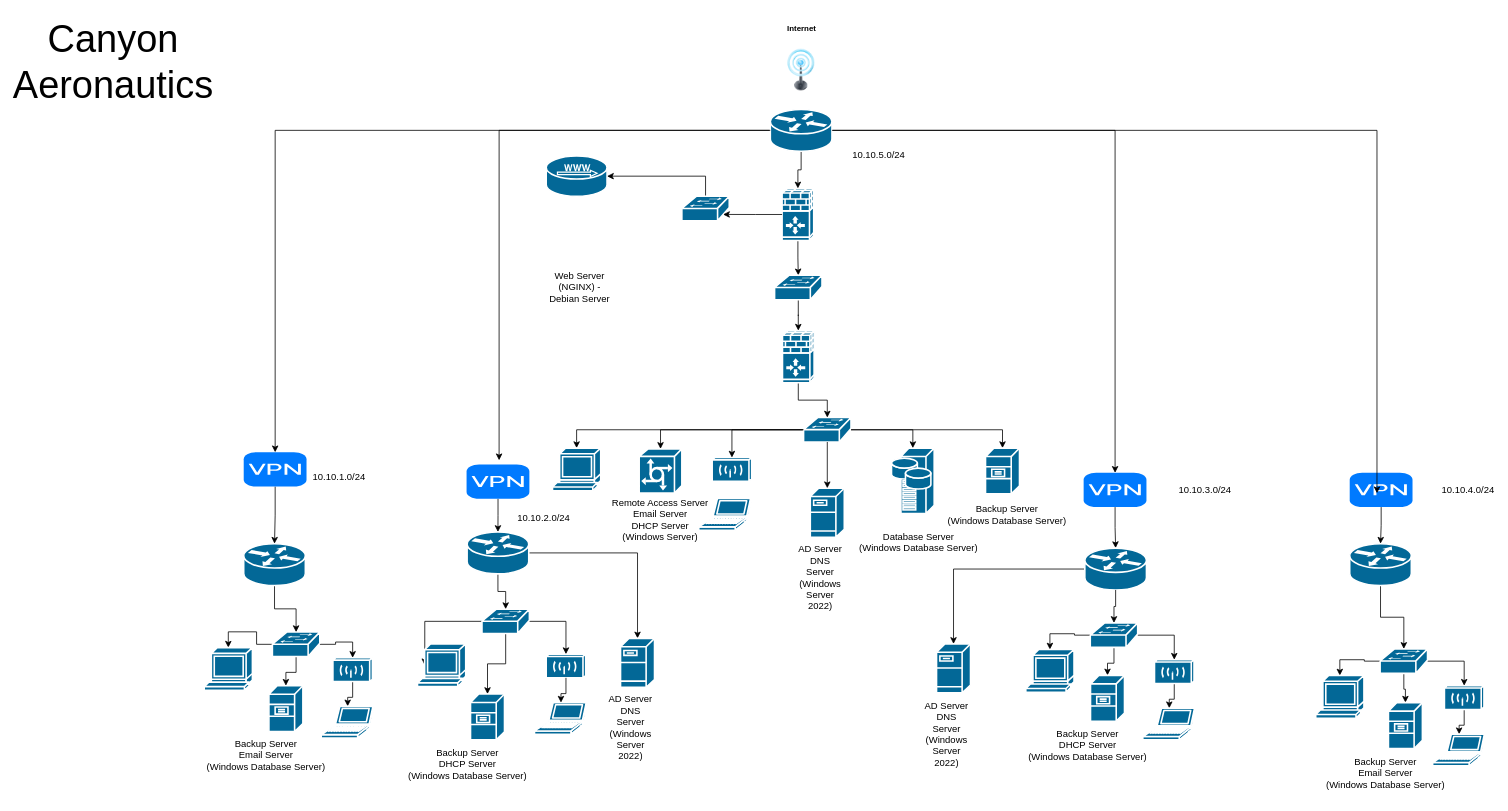
This is ITT-216-CanyonAero.drawio from cyberqueenmeg/itt-116, a draw.io file, before an edit. Source tidied: cells renumbered, new cells numbered last; positions are measured from the earlier drawing's top-left corner, leaving out a move shared by most shapes. Both pictures are drawn from the tidied source at 79%, with x=0, y=0 at pixel (30, 14).
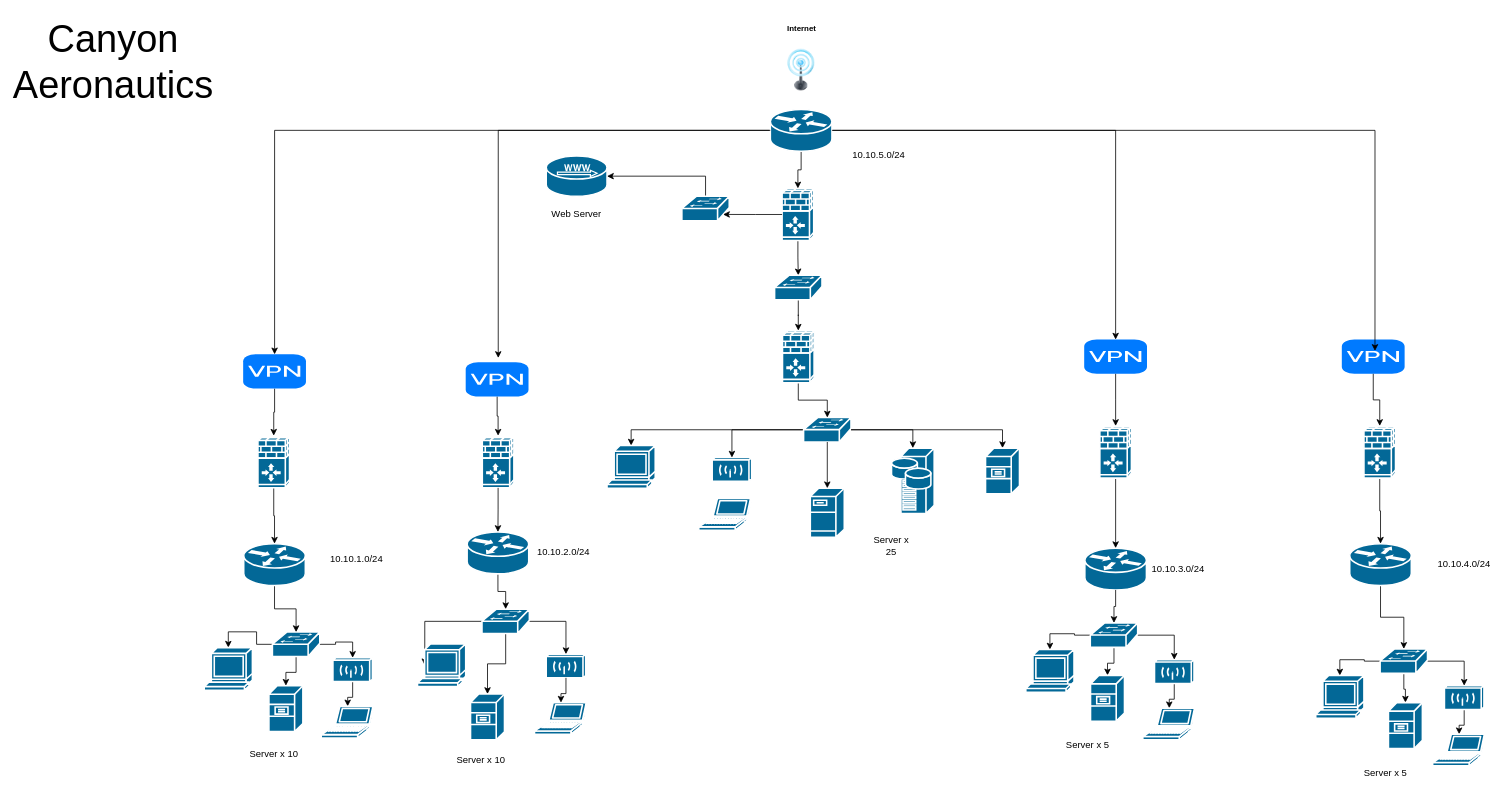
After the change.

The change refers to these unchanged cells:
```xml
<mxCell id="46" style="shape=mxgraph.cisco.switches.workgroup_switch;sketch=0;html=1;dashed=0;fillColor=#036897;strokeColor=#ffffff;strokeWidth=2;verticalLabelPosition=bottom;verticalAlign=top;align=center;outlineConnect=0;" parent="1" vertex="1">
  <mxGeometry x="978.7" y="510" width="60" height="31" as="geometry" />
</mxCell>
<mxCell id="57" style="shape=mxgraph.cisco.routers.router;sketch=0;html=1;dashed=0;fillColor=#036897;strokeColor=#ffffff;strokeWidth=2;verticalLabelPosition=bottom;verticalAlign=top;align=center;outlineConnect=0;" parent="1" vertex="1">
  <mxGeometry x="936.6" y="120" width="78" height="53" as="geometry" />
</mxCell>
<mxCell id="69" style="shape=mxgraph.cisco.routers.router;sketch=0;html=1;dashed=0;fillColor=#036897;strokeColor=#ffffff;strokeWidth=2;verticalLabelPosition=bottom;verticalAlign=top;align=center;outlineConnect=0;" parent="1" vertex="1">
  <mxGeometry x="270" y="669.7" width="78" height="53" as="geometry" />
</mxCell>
<mxCell id="73" style="shape=mxgraph.cisco.routers.router;sketch=0;html=1;dashed=0;fillColor=#036897;strokeColor=#ffffff;strokeWidth=2;verticalLabelPosition=bottom;verticalAlign=top;align=center;outlineConnect=0;" parent="1" vertex="1">
  <mxGeometry x="552.8" y="654.9" width="78" height="53" as="geometry" />
</mxCell>
<mxCell id="77" style="shape=mxgraph.cisco.routers.router;sketch=0;html=1;dashed=0;fillColor=#036897;strokeColor=#ffffff;strokeWidth=2;verticalLabelPosition=bottom;verticalAlign=top;align=center;outlineConnect=0;" parent="1" vertex="1">
  <mxGeometry x="1334.7" y="675.3" width="78" height="53" as="geometry" />
</mxCell>
<mxCell id="79" style="shape=mxgraph.cisco.routers.router;sketch=0;html=1;dashed=0;fillColor=#036897;strokeColor=#ffffff;strokeWidth=2;verticalLabelPosition=bottom;verticalAlign=top;align=center;outlineConnect=0;" parent="1" vertex="1">
  <mxGeometry x="1670" y="669.7" width="78" height="53" as="geometry" />
</mxCell>
```

Diff of the diagram source:
```diff
@@
-    <mxCell id="27" style="edgeStyle=orthogonalEdgeStyle;rounded=0;jettySize=auto;html=1;" parent="1" edge="1" source="28" target="69">
-      <mxGeometry relative="1" as="geometry" />
-    </mxCell>
+    <mxCell id="108" style="edgeStyle=orthogonalEdgeStyle;rounded=0;jettySize=auto;html=1;" parent="1" edge="1" source="28" target="117">
+      <mxGeometry relative="1" as="geometry" />
+    </mxCell>
     <mxCell id="28" style="html=1;strokeWidth=1;shadow=0;dashed=0;shape=mxgraph.ios7.misc.vpn;fillColor=#007AFF;strokeColor=none;buttonText=;strokeColor2=#222222;fontColor=#222222;fontSize=8;verticalLabelPosition=bottom;verticalAlign=top;align=center;sketch=0;" parent="1" vertex="1">
-      <mxGeometry x="270" y="554" width="79.5" height="43.4" as="geometry" />
+      <mxGeometry x="269.3" y="430" width="79.5" height="43.4" as="geometry" />
     </mxCell>
-    <mxCell id="29" style="edgeStyle=orthogonalEdgeStyle;rounded=0;jettySize=auto;html=1;" parent="1" edge="1" source="30" target="73">
-      <mxGeometry relative="1" as="geometry" />
-    </mxCell>
+    <mxCell id="109" style="edgeStyle=orthogonalEdgeStyle;rounded=0;jettySize=auto;html=1;" parent="1" edge="1" source="30" target="118">
+      <mxGeometry relative="1" as="geometry" />
+    </mxCell>
     <mxCell id="30" style="html=1;strokeWidth=1;shadow=0;dashed=0;shape=mxgraph.ios7.misc.vpn;fillColor=#007AFF;strokeColor=none;buttonText=;strokeColor2=#222222;fontColor=#222222;fontSize=8;verticalLabelPosition=bottom;verticalAlign=top;align=center;sketch=0;" parent="1" vertex="1">
-      <mxGeometry x="552.1" y="569.5" width="79.5" height="43.4" as="geometry" />
+      <mxGeometry x="551" y="440" width="79.5" height="43.4" as="geometry" />
     </mxCell>
-    <mxCell id="31" style="edgeStyle=orthogonalEdgeStyle;rounded=0;jettySize=auto;html=1;" parent="1" edge="1" source="32" target="77">
-      <mxGeometry relative="1" as="geometry" />
-    </mxCell>
     <mxCell id="32" style="html=1;strokeWidth=1;shadow=0;dashed=0;shape=mxgraph.ios7.misc.vpn;fillColor=#007AFF;strokeColor=none;buttonText=;strokeColor2=#222222;fontColor=#222222;fontSize=8;verticalLabelPosition=bottom;verticalAlign=top;align=center;sketch=0;" parent="1" vertex="1">
-      <mxGeometry x="1333.2" y="580" width="79.5" height="43.4" as="geometry" />
+      <mxGeometry x="1333.9" y="411.3" width="79.5" height="43.4" as="geometry" />
     </mxCell>
     <mxCell id="33" style="html=1;strokeWidth=1;shadow=0;dashed=0;shape=mxgraph.ios7.misc.vpn;fillColor=#007AFF;strokeColor=none;buttonText=;strokeColor2=#222222;fontColor=#222222;fontSize=8;verticalLabelPosition=bottom;verticalAlign=top;align=center;sketch=0;" parent="1" vertex="1">
-      <mxGeometry x="1670" y="580" width="79.5" height="43.4" as="geometry" />
+      <mxGeometry x="1660" y="411.3" width="79.5" height="43.4" as="geometry" />
     </mxCell>
     <mxCell id="34" value="10.10.1.0/24" style="text;html=1;strokeColor=none;fillColor=none;align=center;verticalAlign=middle;whiteSpace=wrap;rounded=0;" parent="1" vertex="1">
-      <mxGeometry x="361.1" y="569.5" width="60" height="30" as="geometry" />
+      <mxGeometry x="382.9" y="675.3" width="60" height="30" as="geometry" />
     </mxCell>
     <mxCell id="35" value="10.10.2.0/24" style="text;html=1;strokeColor=none;fillColor=none;align=center;verticalAlign=middle;whiteSpace=wrap;rounded=0;" parent="1" vertex="1">
-      <mxGeometry x="620" y="623.4" width="60" height="30" as="geometry" />
+      <mxGeometry x="645.1" y="666.4" width="60" height="30" as="geometry" />
     </mxCell>
     <mxCell id="36" value="10.10.3.0/24" style="text;html=1;strokeColor=none;fillColor=none;align=center;verticalAlign=middle;whiteSpace=wrap;rounded=0;" parent="1" vertex="1">
-      <mxGeometry x="1456.5" y="586.7" width="60" height="30" as="geometry" />
+      <mxGeometry x="1422.9" y="686.8" width="60" height="30" as="geometry" />
     </mxCell>
     <mxCell id="37" value="10.10.4.0/24" style="text;html=1;strokeColor=none;fillColor=none;align=center;verticalAlign=middle;whiteSpace=wrap;rounded=0;" parent="1" vertex="1">
-      <mxGeometry x="1789.9" y="586.7" width="60" height="30" as="geometry" />
+      <mxGeometry x="1784.9" y="681.2" width="60" height="30" as="geometry" />
     </mxCell>
@@
-    <mxCell id="41" value="Web Server (NGINX) - Debian Server" style="text;html=1;strokeColor=none;fillColor=none;align=center;verticalAlign=middle;whiteSpace=wrap;rounded=0;" parent="1" vertex="1">
-      <mxGeometry x="653" y="330" width="84.9" height="30" as="geometry" />
+    <mxCell id="41" value="Web Server" style="text;html=1;strokeColor=none;fillColor=none;align=center;verticalAlign=middle;whiteSpace=wrap;rounded=0;" parent="1" vertex="1">
+      <mxGeometry x="649" y="238" width="84.9" height="30" as="geometry" />
     </mxCell>
@@
     <mxCell id="48" style="shape=mxgraph.cisco.computers_and_peripherals.terminal;sketch=0;html=1;dashed=0;fillColor=#036897;strokeColor=#ffffff;strokeWidth=2;verticalLabelPosition=bottom;verticalAlign=top;align=center;outlineConnect=0;" parent="1" vertex="1">
-      <mxGeometry x="660.9" y="548.7" width="61" height="54" as="geometry" />
+      <mxGeometry x="729.9" y="545.5" width="61" height="54" as="geometry" />
     </mxCell>
@@
-    <mxCell id="51" value="AD Server&lt;br&gt;DNS Server&lt;br&gt;(Windows Server 2022)" style="text;html=1;strokeColor=none;fillColor=none;align=center;verticalAlign=middle;whiteSpace=wrap;rounded=0;" parent="1" vertex="1">
-      <mxGeometry x="970.2" y="698.3" width="60" height="30" as="geometry" />
+    <mxCell id="51" value="Server x 25" style="text;html=1;strokeColor=none;fillColor=none;align=center;verticalAlign=middle;whiteSpace=wrap;rounded=0;" parent="1" vertex="1">
+      <mxGeometry x="1060" y="656.8" width="60" height="30" as="geometry" />
     </mxCell>
@@
-    <mxCell id="67" value="Database Server&lt;br&gt;(Windows Database Server)" style="text;html=1;align=center;verticalAlign=middle;strokeColor=none;fillColor=none;" parent="1" vertex="1">
-      <mxGeometry x="1039" y="648" width="170" height="40" as="geometry" />
-    </mxCell>
@@
-    <mxCell id="72" style="edgeStyle=orthogonalEdgeStyle;rounded=0;jettySize=auto;html=1;" parent="1" edge="1" source="73" target="101">
-      <mxGeometry relative="1" as="geometry" />
-    </mxCell>
@@
-    <mxCell id="75" style="edgeStyle=orthogonalEdgeStyle;rounded=0;jettySize=auto;html=1;entryX=0.434;entryY=0.596;entryDx=0;entryDy=0;entryPerimeter=0;" parent="1" edge="1" source="57" target="33">
-      <mxGeometry relative="1" as="geometry" />
-    </mxCell>
-    <mxCell id="76" style="edgeStyle=orthogonalEdgeStyle;rounded=0;jettySize=auto;html=1;" parent="1" edge="1" source="77" target="103">
-      <mxGeometry relative="1" as="geometry" />
-    </mxCell>
@@
-    <mxCell id="80" style="edgeStyle=orthogonalEdgeStyle;rounded=0;jettySize=auto;html=1;entryX=0.5;entryY=0;entryDx=0;entryDy=0;entryPerimeter=0;" parent="1" edge="1" source="33" target="79">
-      <mxGeometry relative="1" as="geometry" />
-    </mxCell>
@@
-    <mxCell id="92" value="Backup Server&lt;br&gt;(Windows Database Server)" style="text;html=1;align=center;verticalAlign=middle;strokeColor=none;fillColor=none;" parent="1" vertex="1">
-      <mxGeometry x="1151" y="612.8" width="170" height="40" as="geometry" />
-    </mxCell>
@@
-    <mxCell id="94" value="Backup Server&lt;br&gt;DHCP Server&lt;br&gt;(Windows Database Server)" style="text;html=1;align=center;verticalAlign=middle;strokeColor=none;fillColor=none;" parent="1" vertex="1">
-      <mxGeometry x="1252.9" y="895.4" width="170" height="60" as="geometry" />
+    <mxCell id="94" value="Server x 5" style="text;html=1;align=center;verticalAlign=middle;strokeColor=none;fillColor=none;" parent="1" vertex="1">
+      <mxGeometry x="1297.9" y="910.4" width="80" height="30" as="geometry" />
     </mxCell>
@@
-    <mxCell id="96" value="Backup Server&lt;br&gt;DHCP Server&lt;br&gt;(Windows Database Server)" style="text;html=1;align=center;verticalAlign=middle;strokeColor=none;fillColor=none;" parent="1" vertex="1">
-      <mxGeometry x="468.1" y="918.9" width="170" height="60" as="geometry" />
+    <mxCell id="96" value="Server x 10" style="text;html=1;align=center;verticalAlign=middle;strokeColor=none;fillColor=none;" parent="1" vertex="1">
+      <mxGeometry x="530" y="928.9" width="80" height="30" as="geometry" />
     </mxCell>
@@
-    <mxCell id="98" value="Backup Server&lt;br&gt;Email Server&lt;br&gt;(Windows Database Server)" style="text;html=1;align=center;verticalAlign=middle;strokeColor=none;fillColor=none;" parent="1" vertex="1">
-      <mxGeometry x="1630" y="929.8" width="170" height="60" as="geometry" />
+    <mxCell id="98" value="Server x 5" style="text;html=1;align=center;verticalAlign=middle;strokeColor=none;fillColor=none;" parent="1" vertex="1">
+      <mxGeometry x="1675" y="944.8" width="80" height="30" as="geometry" />
     </mxCell>
@@
-    <mxCell id="100" value="Backup Server&lt;br&gt;Email Server&lt;br&gt;(Windows Database Server)" style="text;html=1;align=center;verticalAlign=middle;strokeColor=none;fillColor=none;" parent="1" vertex="1">
-      <mxGeometry x="212.9" y="908.4" width="170" height="60" as="geometry" />
+    <mxCell id="100" value="Server x 10" style="text;html=1;align=center;verticalAlign=middle;strokeColor=none;fillColor=none;" parent="1" vertex="1">
+      <mxGeometry x="268" y="920.9" width="80" height="30" as="geometry" />
     </mxCell>
-    <mxCell id="101" style="shape=mxgraph.cisco.servers.fileserver;sketch=0;html=1;dashed=0;fillColor=#036897;strokeColor=#ffffff;strokeWidth=2;verticalLabelPosition=bottom;verticalAlign=top;align=center;outlineConnect=0;" parent="1" vertex="1">
-      <mxGeometry x="747" y="789.6" width="43" height="62" as="geometry" />
-    </mxCell>
-    <mxCell id="102" value="AD Server&lt;br&gt;DNS Server&lt;br&gt;(Windows Server 2022)" style="text;html=1;strokeColor=none;fillColor=none;align=center;verticalAlign=middle;whiteSpace=wrap;rounded=0;" parent="1" vertex="1">
-      <mxGeometry x="730" y="888.4" width="60" height="30" as="geometry" />
-    </mxCell>
-    <mxCell id="103" style="shape=mxgraph.cisco.servers.fileserver;sketch=0;html=1;dashed=0;fillColor=#036897;strokeColor=#ffffff;strokeWidth=2;verticalLabelPosition=bottom;verticalAlign=top;align=center;outlineConnect=0;" parent="1" vertex="1">
-      <mxGeometry x="1147" y="796.6" width="43" height="62" as="geometry" />
-    </mxCell>
-    <mxCell id="104" value="AD Server&lt;br&gt;DNS Server&lt;br&gt;(Windows Server 2022)" style="text;html=1;strokeColor=none;fillColor=none;align=center;verticalAlign=middle;whiteSpace=wrap;rounded=0;" parent="1" vertex="1">
-      <mxGeometry x="1130" y="895.5" width="60" height="30" as="geometry" />
-    </mxCell>
-    <mxCell id="105" style="shape=mxgraph.cisco.servers.communications_server;sketch=0;html=1;dashed=0;fillColor=#036897;strokeColor=#ffffff;strokeWidth=2;verticalLabelPosition=bottom;verticalAlign=top;align=center;outlineConnect=0;" parent="1" vertex="1">
-      <mxGeometry x="770.6" y="549.7" width="54" height="56" as="geometry" />
-    </mxCell>
-    <mxCell id="106" style="edgeStyle=orthogonalEdgeStyle;rounded=0;jettySize=auto;html=1;entryX=0.5;entryY=0;entryDx=0;entryDy=0;entryPerimeter=0;" parent="1" edge="1" source="46" target="105">
-      <mxGeometry relative="1" as="geometry" />
-    </mxCell>
-    <mxCell id="107" value="Remote Access Server&lt;br&gt;Email Server&lt;br&gt;DHCP Server&lt;br&gt;(Windows Server)" style="text;html=1;strokeColor=none;fillColor=none;align=center;verticalAlign=middle;whiteSpace=wrap;rounded=0;" parent="1" vertex="1">
-      <mxGeometry x="724.9" y="624.9" width="145.4" height="30" as="geometry" />
-    </mxCell>
+    <mxCell id="110" style="edgeStyle=orthogonalEdgeStyle;rounded=0;jettySize=auto;html=1;" parent="1" edge="1" source="111" target="77">
+      <mxGeometry relative="1" as="geometry" />
+    </mxCell>
+    <mxCell id="111" style="shape=mxgraph.cisco.security.ios_firewall;sketch=0;html=1;dashed=0;fillColor=#036897;strokeColor=#ffffff;strokeWidth=2;verticalLabelPosition=bottom;verticalAlign=top;align=center;outlineConnect=0;" parent="1" vertex="1">
+      <mxGeometry x="1353.7" y="520.7" width="40" height="66" as="geometry" />
+    </mxCell>
+    <mxCell id="112" style="edgeStyle=orthogonalEdgeStyle;rounded=0;jettySize=auto;html=1;entryX=0.5;entryY=0;entryDx=0;entryDy=0;entryPerimeter=0;" parent="1" edge="1" source="32" target="111">
+      <mxGeometry relative="1" as="geometry" />
+    </mxCell>
+    <mxCell id="113" style="edgeStyle=orthogonalEdgeStyle;rounded=0;jettySize=auto;html=1;" parent="1" edge="1" source="114" target="79">
+      <mxGeometry relative="1" as="geometry" />
+    </mxCell>
+    <mxCell id="114" style="shape=mxgraph.cisco.security.ios_firewall;sketch=0;html=1;dashed=0;fillColor=#036897;strokeColor=#ffffff;strokeWidth=2;verticalLabelPosition=bottom;verticalAlign=top;align=center;outlineConnect=0;" parent="1" vertex="1">
+      <mxGeometry x="1688" y="520.7" width="40" height="66" as="geometry" />
+    </mxCell>
+    <mxCell id="75" style="edgeStyle=orthogonalEdgeStyle;rounded=0;jettySize=auto;html=1;entryX=0.528;entryY=0.331;entryDx=0;entryDy=0;entryPerimeter=0;" parent="1" edge="1" source="57" target="33">
+      <mxGeometry relative="1" as="geometry" />
+    </mxCell>
+    <mxCell id="115" style="edgeStyle=orthogonalEdgeStyle;rounded=0;jettySize=auto;html=1;entryX=0.5;entryY=0;entryDx=0;entryDy=0;entryPerimeter=0;" parent="1" edge="1" source="33" target="114">
+      <mxGeometry relative="1" as="geometry" />
+    </mxCell>
+    <mxCell id="116" style="edgeStyle=orthogonalEdgeStyle;rounded=0;jettySize=auto;html=1;" parent="1" edge="1" source="117" target="69">
+      <mxGeometry relative="1" as="geometry" />
+    </mxCell>
+    <mxCell id="117" style="shape=mxgraph.cisco.security.ios_firewall;sketch=0;html=1;dashed=0;fillColor=#036897;strokeColor=#ffffff;strokeWidth=2;verticalLabelPosition=bottom;verticalAlign=top;align=center;outlineConnect=0;" parent="1" vertex="1">
+      <mxGeometry x="288" y="533" width="40" height="66" as="geometry" />
+    </mxCell>
+    <mxCell id="118" style="shape=mxgraph.cisco.security.ios_firewall;sketch=0;html=1;dashed=0;fillColor=#036897;strokeColor=#ffffff;strokeWidth=2;verticalLabelPosition=bottom;verticalAlign=top;align=center;outlineConnect=0;" parent="1" vertex="1">
+      <mxGeometry x="572" y="533" width="40" height="66" as="geometry" />
+    </mxCell>
+    <mxCell id="119" style="edgeStyle=orthogonalEdgeStyle;rounded=0;jettySize=auto;html=1;entryX=0.5;entryY=0;entryDx=0;entryDy=0;entryPerimeter=0;" parent="1" edge="1" source="118" target="73">
+      <mxGeometry relative="1" as="geometry" />
+    </mxCell>
```
